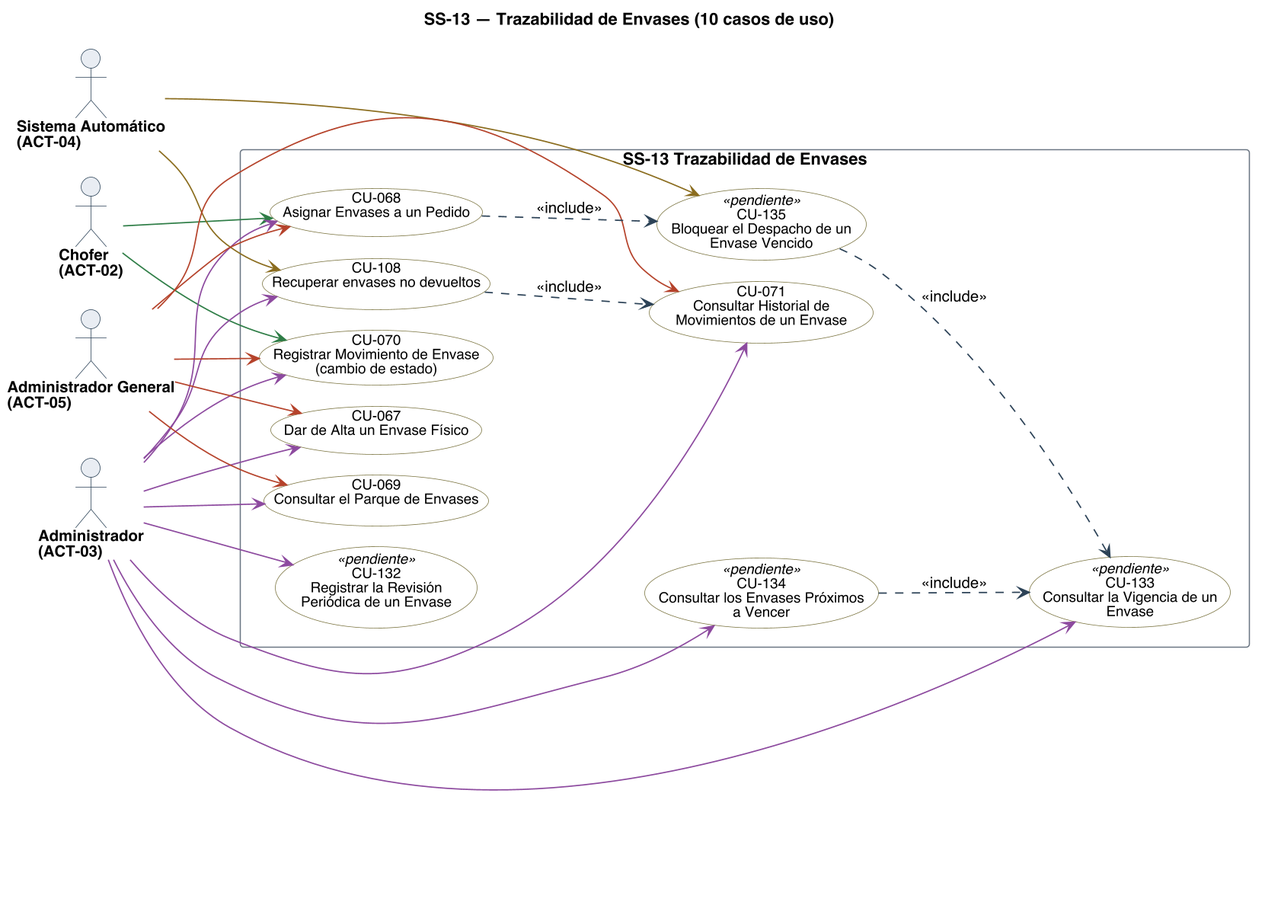
Earlier version of the PlantUML export diagramas/uml/CU_SS-13_Trazabilidad-De-Envases.png (Nahuelito-Dev/splg-docs). Source of this version:
```plantuml
@startuml
title SS-13 — Trazabilidad de Envases (10 casos de uso)
left to right direction
skinparam backgroundColor #FFFFFF
skinparam shadowing false
skinparam defaultFontName Helvetica
skinparam defaultFontSize 13
skinparam dpi 150
skinparam ArrowColor #2C4257
skinparam ArrowThickness 1.1
skinparam actor {
  BorderColor #2C4257
  BackgroundColor #E8EDF2
  FontSize 13
  FontStyle bold
}
skinparam usecase {
  BorderColor #2C4257
  BackgroundColor #FFFFFF
  FontSize 12
}
skinparam rectangle {
  BorderColor #6B7683
  FontSize 14
  FontStyle bold
}

skinparam nodesep 18
skinparam ranksep 70
skinparam usecase {
  BorderColor<<pendiente>> #9C4436
  BackgroundColor<<pendiente>> #F6E4E1
}

actor "Chofer\n(ACT-02)" as A02
actor "Administrador\n(ACT-03)" as A03
actor "Sistema Automático\n(ACT-04)" as A04
actor "Administrador General\n(ACT-05)" as A05

rectangle "SS-13 Trazabilidad de Envases" {
  usecase "CU-067\nDar de Alta un Envase Físico" as U067 #back:FFFFFF;line:7A7340
  usecase "CU-068\nAsignar Envases a un Pedido" as U068 #back:FFFFFF;line:7A7340
  usecase "CU-069\nConsultar el Parque de Envases" as U069 #back:FFFFFF;line:7A7340
  usecase "CU-070\nRegistrar Movimiento de Envase\n(cambio de estado)" as U070 #back:FFFFFF;line:7A7340
  usecase "CU-071\nConsultar Historial de\nMovimientos de un Envase" as U071 #back:FFFFFF;line:7A7340
  usecase "CU-108\nRecuperar envases no devueltos" as U108 #back:FFFFFF;line:7A7340
  usecase "CU-132\nRegistrar la Revisión\nPeriódica de un Envase" as U132 <<pendiente>> #back:FFFFFF;line:7A7340
  usecase "CU-133\nConsultar la Vigencia de un\nEnvase" as U133 <<pendiente>> #back:FFFFFF;line:7A7340
  usecase "CU-134\nConsultar los Envases Próximos\na Vencer" as U134 <<pendiente>> #back:FFFFFF;line:7A7340
  usecase "CU-135\nBloquear el Despacho de un\nEnvase Vencido" as U135 <<pendiente>> #back:FFFFFF;line:7A7340
}

A02 -[#2E7D46]-> U068
A02 -[#2E7D46]-> U070
A03 -[#8C4A9E]-> U067
A03 -[#8C4A9E]-> U068
A03 -[#8C4A9E]-> U069
A03 -[#8C4A9E]-> U070
A03 -[#8C4A9E]-> U071
A03 -[#8C4A9E]-> U108
A03 -[#8C4A9E]-> U132
A03 -[#8C4A9E]-> U133
A03 -[#8C4A9E]-> U134
A04 -[#8A6D1F]-> U108
A04 -[#8A6D1F]-> U135
A05 -[#B4432B]-> U067
A05 -[#B4432B]-> U068
A05 -[#B4432B]-> U069
A05 -[#B4432B]-> U070
A05 -[#B4432B]-> U071

U135 ..> U133 : <<include>>
U068 ..> U135 : <<include>>
U134 ..> U133 : <<include>>
U108 ..> U071 : <<include>>

@enduml
```
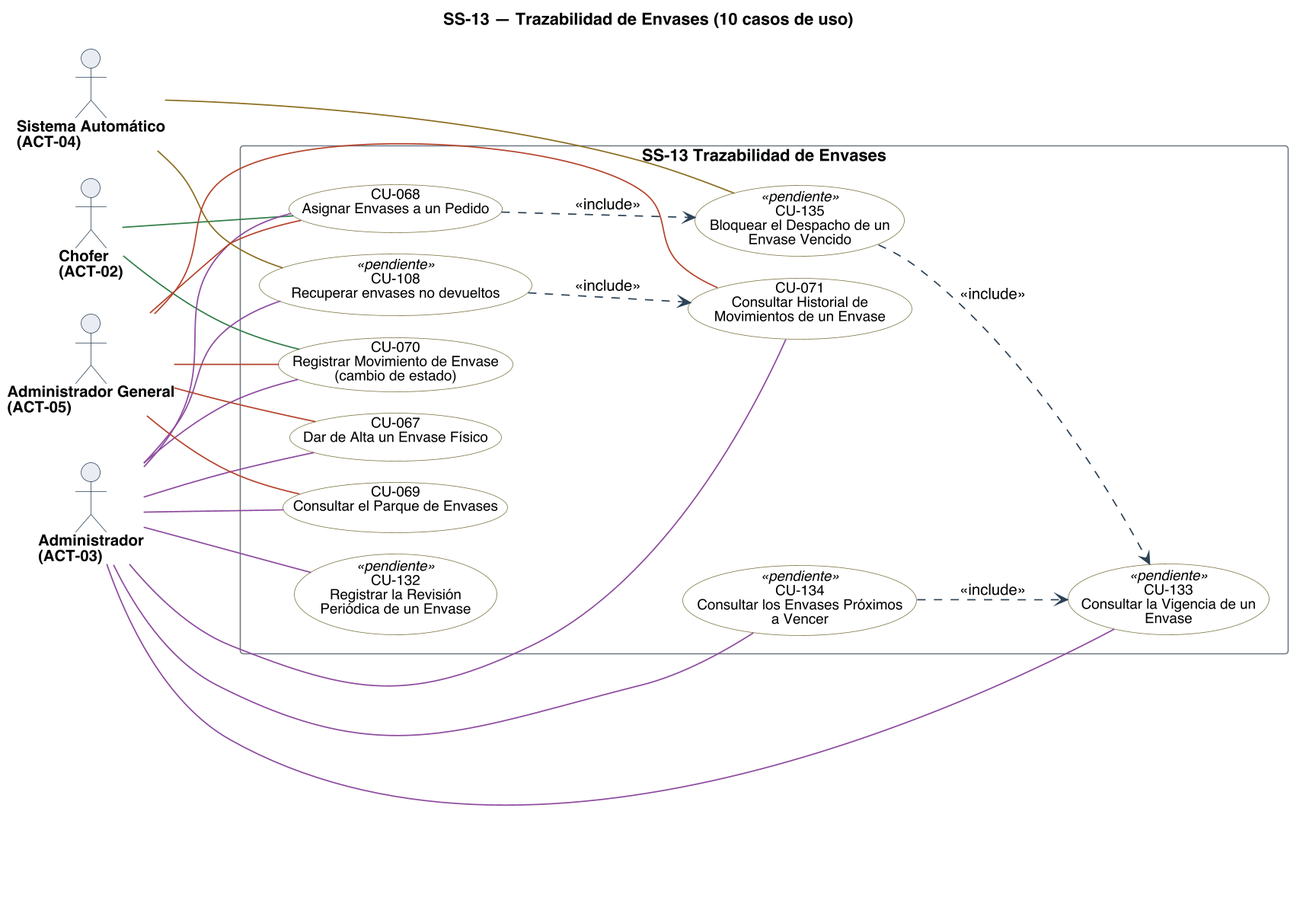
The same diagram one commit later.

The edit, as a diff of the source:
```diff
@@ -30,6 +30,8 @@
 skinparam usecase {
   BorderColor<<pendiente>> #9C4436
   BackgroundColor<<pendiente>> #F6E4E1
+  BorderColor<<factorizado>> #6B7683
+  BackgroundColor<<factorizado>> #F2F4F6
 }
 
 actor "Chofer\n(ACT-02)" as A02
@@ -43,31 +45,31 @@
   usecase "CU-069\nConsultar el Parque de Envases" as U069 #back:FFFFFF;line:7A7340
   usecase "CU-070\nRegistrar Movimiento de Envase\n(cambio de estado)" as U070 #back:FFFFFF;line:7A7340
   usecase "CU-071\nConsultar Historial de\nMovimientos de un Envase" as U071 #back:FFFFFF;line:7A7340
-  usecase "CU-108\nRecuperar envases no devueltos" as U108 #back:FFFFFF;line:7A7340
+  usecase "CU-108\nRecuperar envases no devueltos" as U108 <<pendiente>> #back:FFFFFF;line:7A7340
   usecase "CU-132\nRegistrar la Revisión\nPeriódica de un Envase" as U132 <<pendiente>> #back:FFFFFF;line:7A7340
   usecase "CU-133\nConsultar la Vigencia de un\nEnvase" as U133 <<pendiente>> #back:FFFFFF;line:7A7340
   usecase "CU-134\nConsultar los Envases Próximos\na Vencer" as U134 <<pendiente>> #back:FFFFFF;line:7A7340
   usecase "CU-135\nBloquear el Despacho de un\nEnvase Vencido" as U135 <<pendiente>> #back:FFFFFF;line:7A7340
 }
 
-A02 -[#2E7D46]-> U068
-A02 -[#2E7D46]-> U070
-A03 -[#8C4A9E]-> U067
-A03 -[#8C4A9E]-> U068
-A03 -[#8C4A9E]-> U069
-A03 -[#8C4A9E]-> U070
-A03 -[#8C4A9E]-> U071
-A03 -[#8C4A9E]-> U108
-A03 -[#8C4A9E]-> U132
-A03 -[#8C4A9E]-> U133
-A03 -[#8C4A9E]-> U134
-A04 -[#8A6D1F]-> U108
-A04 -[#8A6D1F]-> U135
-A05 -[#B4432B]-> U067
-A05 -[#B4432B]-> U068
-A05 -[#B4432B]-> U069
-A05 -[#B4432B]-> U070
-A05 -[#B4432B]-> U071
+A02 -[#2E7D46]- U068
+A02 -[#2E7D46]- U070
+A03 -[#8C4A9E]- U067
+A03 -[#8C4A9E]- U068
+A03 -[#8C4A9E]- U069
+A03 -[#8C4A9E]- U070
+A03 -[#8C4A9E]- U071
+A03 -[#8C4A9E]- U108
+A03 -[#8C4A9E]- U132
+A03 -[#8C4A9E]- U133
+A03 -[#8C4A9E]- U134
+A04 -[#8A6D1F]- U108
+A04 -[#8A6D1F]- U135
+A05 -[#B4432B]- U067
+A05 -[#B4432B]- U068
+A05 -[#B4432B]- U069
+A05 -[#B4432B]- U070
+A05 -[#B4432B]- U071
 
 U135 ..> U133 : <<include>>
 U068 ..> U135 : <<include>>
```
